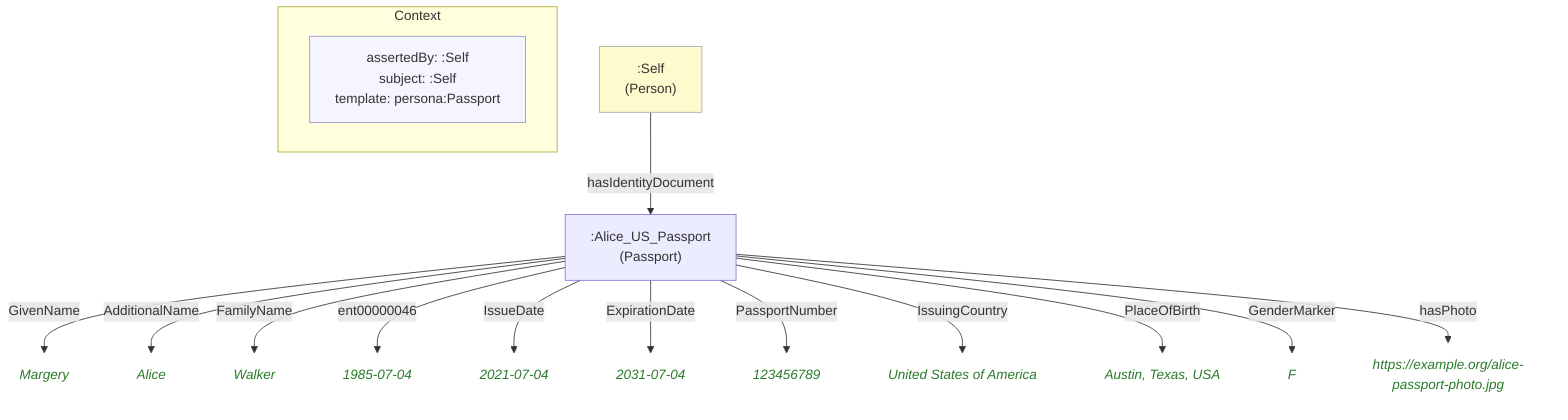
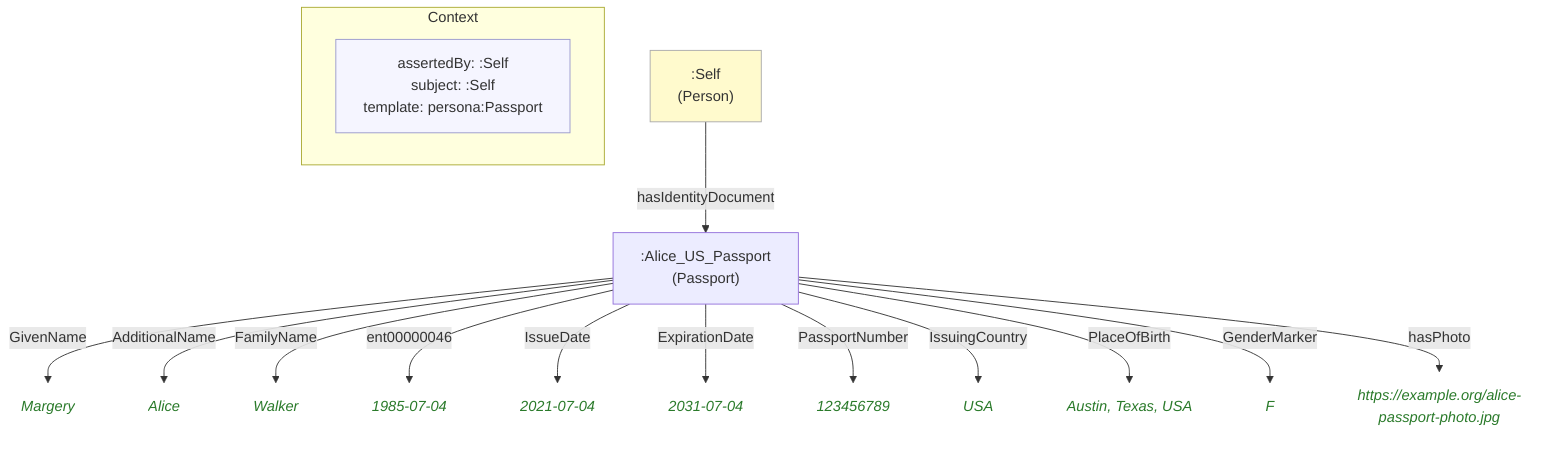
flowchart TD
    classDef person fill:#fffacd,stroke:#aaa,color:#333
    classDef grp    fill:#d4edda,stroke:#aaa,color:#333
    classDef org    fill:#cce5ff,stroke:#aaa,color:#333
    classDef lit    fill:none,stroke:none,font-style:italic,color:#2a7a2a
    classDef meta   fill:#f5f5ff,stroke:#9999cc,color:#333

    subgraph ctx["Context"]
        direction LR
        ctx_meta["assertedBy: :Self\nsubject: :Self\ntemplate: persona:Passport"]:::meta
    end

    n1e9b86ff4c78[":Alice_US_Passport\n(Passport)"]
-     n917bfe1ce203("Margery"):::lit
-     na6d8ec642836("Alice"):::lit
-     nf444f017a7d6("Walker"):::lit
-     nefbd67954f96("1985-07-04"):::lit
-     n37d937576920("2021-07-04"):::lit
-     n9376a677dda1("2031-07-04"):::lit
-     n7858cc723ecb("123456789"):::lit
-     n187ac49d58bd("United States of America"):::lit
-     na9b977cfb917("Austin, Texas, USA"):::lit
-     nae5e60f58ea6("F"):::lit
+     nb4e2a54a5cbc("Margery"):::lit
+     n17f2e5e65c4d("Alice"):::lit
+     naa195de1fa6a("Walker"):::lit
+     n768accf4c818("1985-07-04"):::lit
+     n4fe1834871f3("2021-07-04"):::lit
+     nd5944e04d2b6("2031-07-04"):::lit
+     nc7454bc8af6d("123456789"):::lit
+     n337cbf9749ef("USA"):::lit
+     nd14946288f88("Austin, Texas, USA"):::lit
+     na9331a836a9f("F"):::lit
    n0b3af7b5a715("https://example.org/alice-passport-photo.jpg"):::lit
    ne0c3ba92f1db[":Self\n(Person)"]:::person

-     n1e9b86ff4c78 -->|"GivenName"| n917bfe1ce203
-     n1e9b86ff4c78 -->|"AdditionalName"| na6d8ec642836
-     n1e9b86ff4c78 -->|"FamilyName"| nf444f017a7d6
-     n1e9b86ff4c78 -->|"ent00000046"| nefbd67954f96
-     n1e9b86ff4c78 -->|"IssueDate"| n37d937576920
-     n1e9b86ff4c78 -->|"ExpirationDate"| n9376a677dda1
-     n1e9b86ff4c78 -->|"PassportNumber"| n7858cc723ecb
-     n1e9b86ff4c78 -->|"IssuingCountry"| n187ac49d58bd
-     n1e9b86ff4c78 -->|"PlaceOfBirth"| na9b977cfb917
-     n1e9b86ff4c78 -->|"GenderMarker"| nae5e60f58ea6
+     n1e9b86ff4c78 -->|"GivenName"| nb4e2a54a5cbc
+     n1e9b86ff4c78 -->|"AdditionalName"| n17f2e5e65c4d
+     n1e9b86ff4c78 -->|"FamilyName"| naa195de1fa6a
+     n1e9b86ff4c78 -->|"ent00000046"| n768accf4c818
+     n1e9b86ff4c78 -->|"IssueDate"| n4fe1834871f3
+     n1e9b86ff4c78 -->|"ExpirationDate"| nd5944e04d2b6
+     n1e9b86ff4c78 -->|"PassportNumber"| nc7454bc8af6d
+     n1e9b86ff4c78 -->|"IssuingCountry"| n337cbf9749ef
+     n1e9b86ff4c78 -->|"PlaceOfBirth"| nd14946288f88
+     n1e9b86ff4c78 -->|"GenderMarker"| na9331a836a9f
    n1e9b86ff4c78 -->|"hasPhoto"| n0b3af7b5a715
    ne0c3ba92f1db -->|"hasIdentityDocument"| n1e9b86ff4c78
